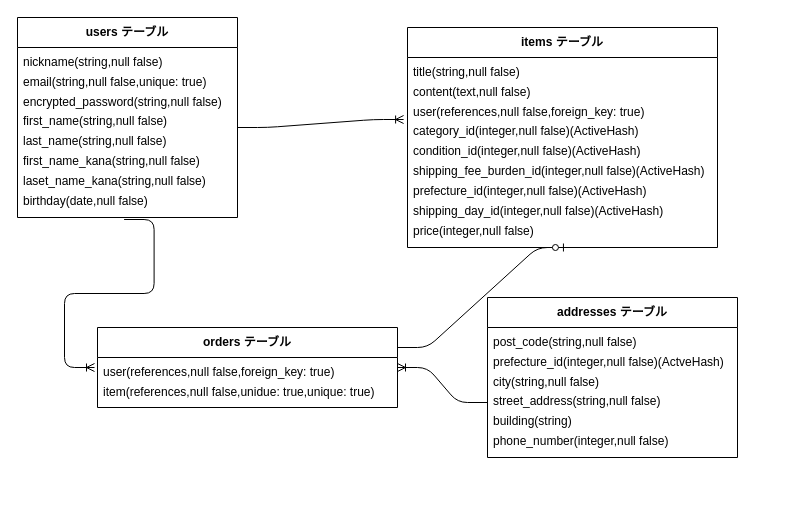
Earlier version of the draw.io diagram db.dio (kazukingrad-jpg/furima-46707). Source tidied: cells renumbered, new cells numbered last; positions are measured from the earlier drawing's top-left corner, leaving out a move shared by most shapes. Both pictures are drawn from the tidied source at 100%, with x=0, y=0 at pixel (17, 17).
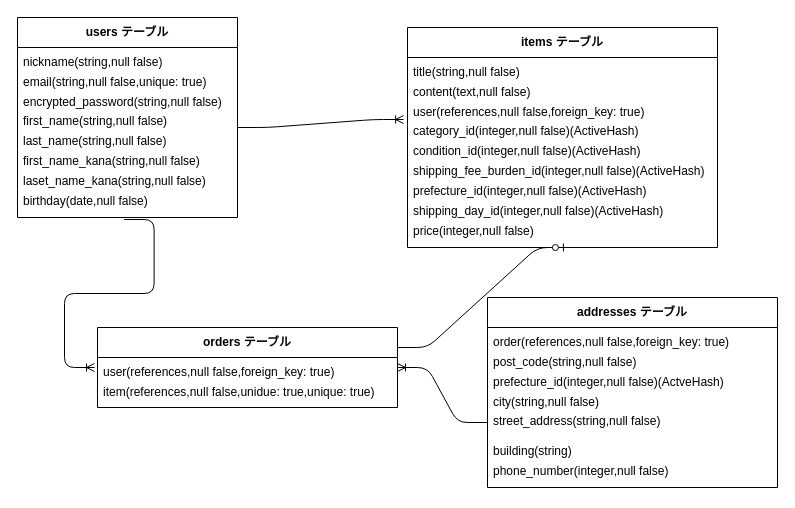
The same diagram, later.

Diff of the diagram source:
```diff
@@
     <mxCell id="27" value="addresses テーブル" style="swimlane;whiteSpace=wrap;html=1;startSize=30;" parent="1" vertex="1">
-      <mxGeometry x="470" y="280" width="250" height="160" as="geometry" />
+      <mxGeometry x="470" y="280" width="290" height="190" as="geometry" />
     </mxCell>
     <mxCell id="28" value="post_code(string,null false)" style="text;strokeColor=none;fillColor=none;align=left;verticalAlign=middle;spacingLeft=4;spacingRight=4;overflow=hidden;whiteSpace=wrap;html=1;" parent="27" vertex="1">
-      <mxGeometry y="30" width="290" height="30" as="geometry" />
+      <mxGeometry y="50" width="290" height="30" as="geometry" />
     </mxCell>
     <mxCell id="29" value="prefecture_id(integer,null false)(ActveHash)" style="text;strokeColor=none;fillColor=none;align=left;verticalAlign=middle;spacingLeft=4;spacingRight=4;overflow=hidden;whiteSpace=wrap;html=1;" parent="27" vertex="1">
-      <mxGeometry y="50" width="290" height="30" as="geometry" />
+      <mxGeometry y="70" width="290" height="30" as="geometry" />
     </mxCell>
     <mxCell id="30" value="city(string,null false)" style="text;strokeColor=none;fillColor=none;align=left;verticalAlign=middle;spacingLeft=4;spacingRight=4;overflow=hidden;whiteSpace=wrap;html=1;" parent="27" vertex="1">
-      <mxGeometry y="70" width="290" height="30" as="geometry" />
+      <mxGeometry y="90" width="290" height="30" as="geometry" />
     </mxCell>
     <mxCell id="31" value="street_address(string,null false)" style="text;strokeColor=none;fillColor=none;spacingLeft=4;spacingRight=4;overflow=hidden;points=[[0,0.5],[1,0.5]];portConstraint=eastwest;fontSize=12;whiteSpace=wrap;html=1;" parent="27" vertex="1">
-      <mxGeometry y="90" width="210" height="30" as="geometry" />
+      <mxGeometry y="110" width="210" height="30" as="geometry" />
     </mxCell>
     <mxCell id="32" value="building(string)" style="text;strokeColor=none;fillColor=none;spacingLeft=4;spacingRight=4;overflow=hidden;fontSize=12;whiteSpace=wrap;html=1;" parent="27" vertex="1">
-      <mxGeometry y="110" width="200" height="30" as="geometry" />
+      <mxGeometry y="140" width="200" height="30" as="geometry" />
     </mxCell>
     <mxCell id="33" value="phone_number(integer,null false)" style="text;strokeColor=none;fillColor=none;spacingLeft=4;spacingRight=4;overflow=hidden;fontSize=12;whiteSpace=wrap;html=1;" parent="27" vertex="1">
-      <mxGeometry y="130" width="220" height="30" as="geometry" />
+      <mxGeometry y="160" width="220" height="30" as="geometry" />
     </mxCell>
+    <mxCell id="35" value="order(references,null false,foreign_key: true)" style="text;strokeColor=none;fillColor=none;align=left;verticalAlign=middle;spacingLeft=4;spacingRight=4;overflow=hidden;whiteSpace=wrap;html=1;" parent="27" vertex="1">
+      <mxGeometry y="30" width="290" height="30" as="geometry" />
+    </mxCell>
```
